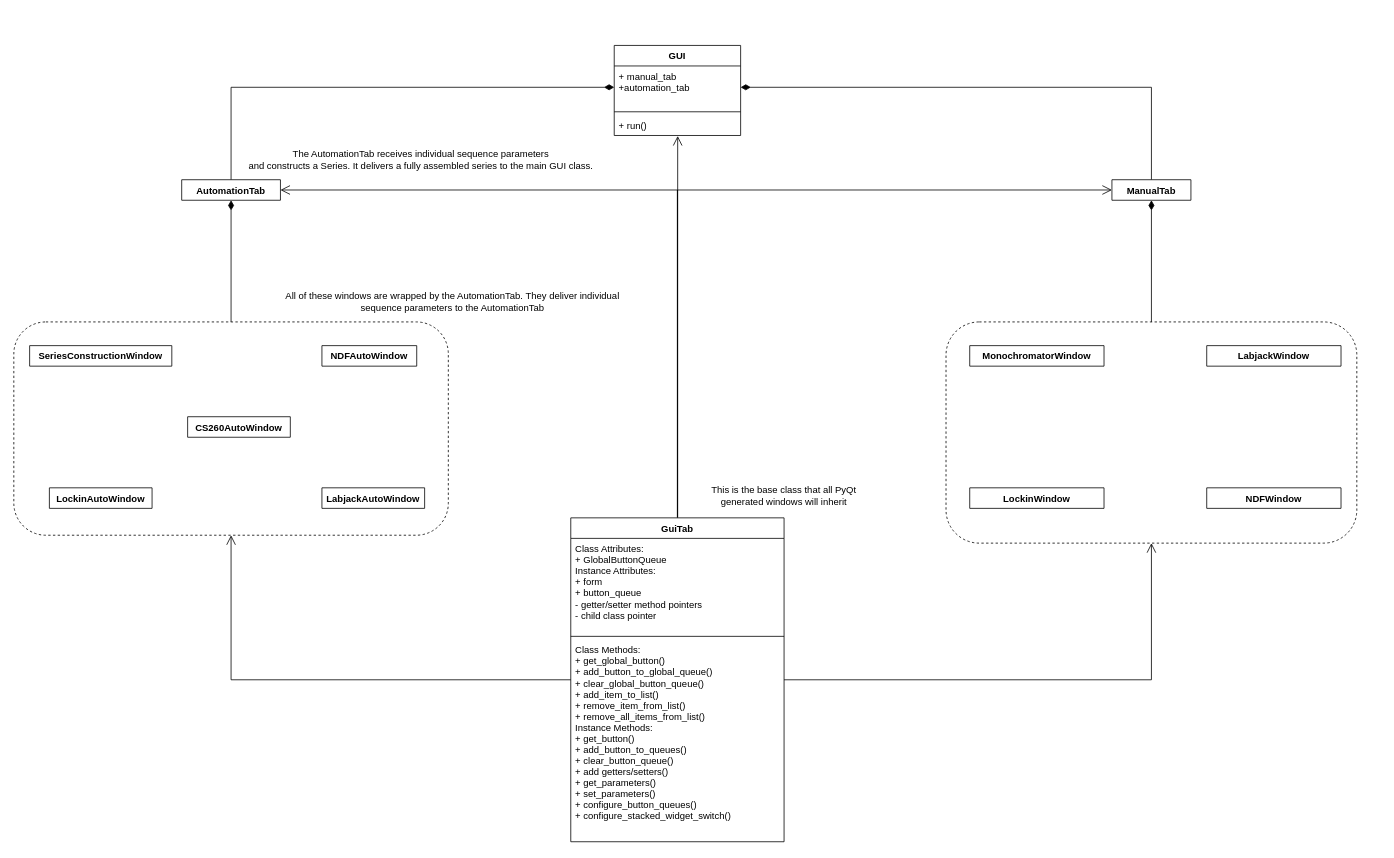
Before: SPHEREx-Calibration-Automation/diagrams_and_presentations/GUI_UML.drawio in samcondon4/SPHEREx-lab-tools, a draw.io diagram. Source tidied: cells renumbered, new cells numbered last; positions are measured from the earlier drawing's top-left corner, leaving out a move shared by most shapes. Both pictures are drawn from the tidied source at 79%, with x=0, y=0 at pixel (13, 45).
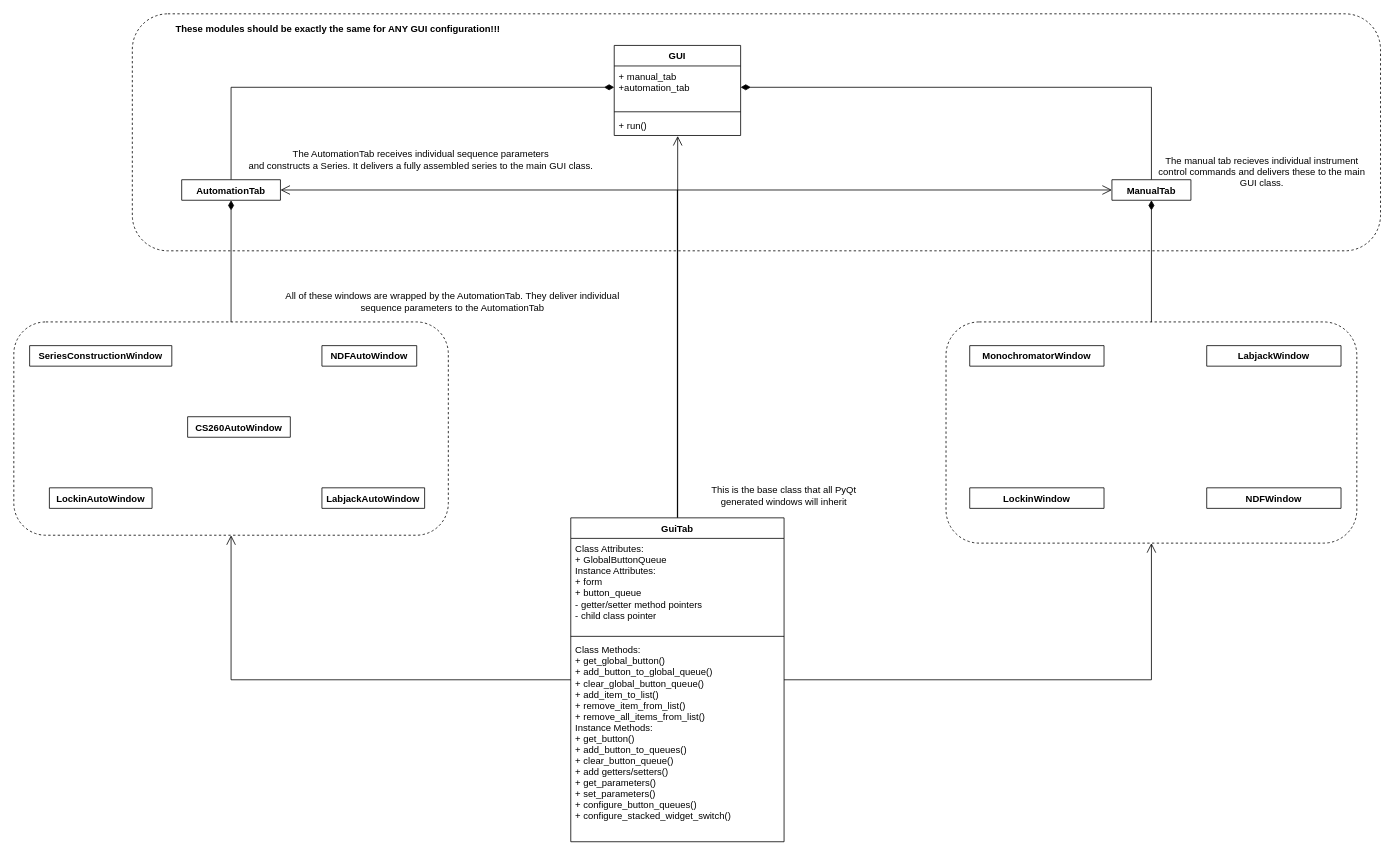
After the change.

What changed in the source:
```diff
@@
+    <mxCell id="35" value="The manual tab recieves individual instrument control commands and delivers these to the main GUI class." style="text;html=1;strokeColor=none;fillColor=none;align=center;verticalAlign=middle;whiteSpace=wrap;rounded=0;" parent="1" vertex="1">
+      <mxGeometry x="1440" y="150" width="280" height="20" as="geometry" />
+    </mxCell>
+    <mxCell id="36" style="rounded=1;whiteSpace=wrap;html=1;fillColor=none;dashed=1;" parent="1" vertex="1">
+      <mxGeometry x="150" y="-40" width="1580" height="300" as="geometry" />
+    </mxCell>
+    <mxCell id="37" value="These modules should be exactly the same for ANY GUI configuration!!!" style="text;html=1;align=center;verticalAlign=middle;strokeColor=none;fontStyle=1;" parent="1" vertex="1">
+      <mxGeometry x="195" y="-30" width="430" height="20" as="geometry" />
+    </mxCell>
```
